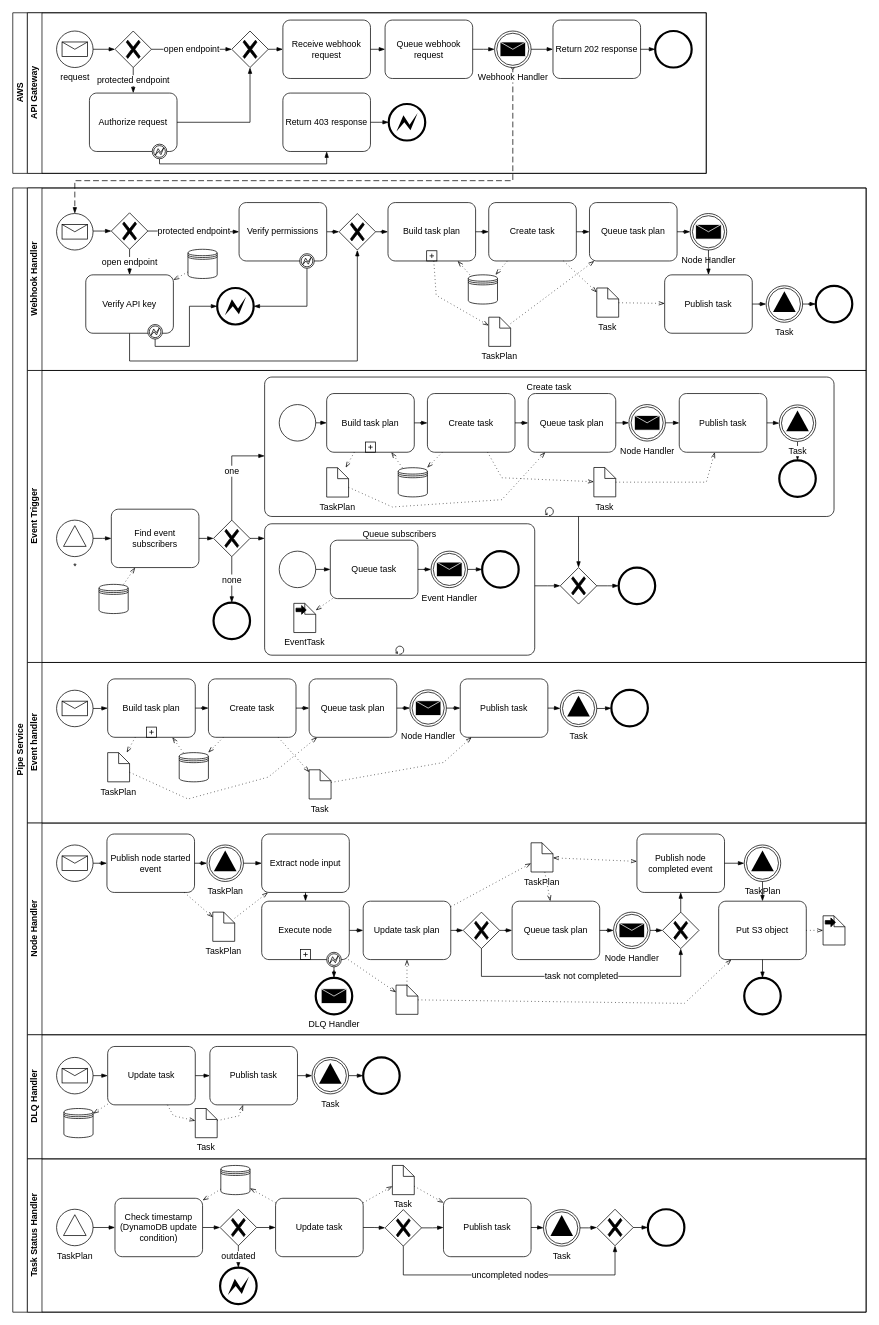
This is services/pipe/Task.drawio from AciesDK/core-diagrams, a draw.io file, before an edit. Source tidied: cells renumbered, new cells numbered last; positions are measured from the earlier drawing's top-left corner, leaving out a move shared by most shapes. Both pictures are drawn from the tidied source at 73%, with x=0, y=0 at pixel (12, 12).
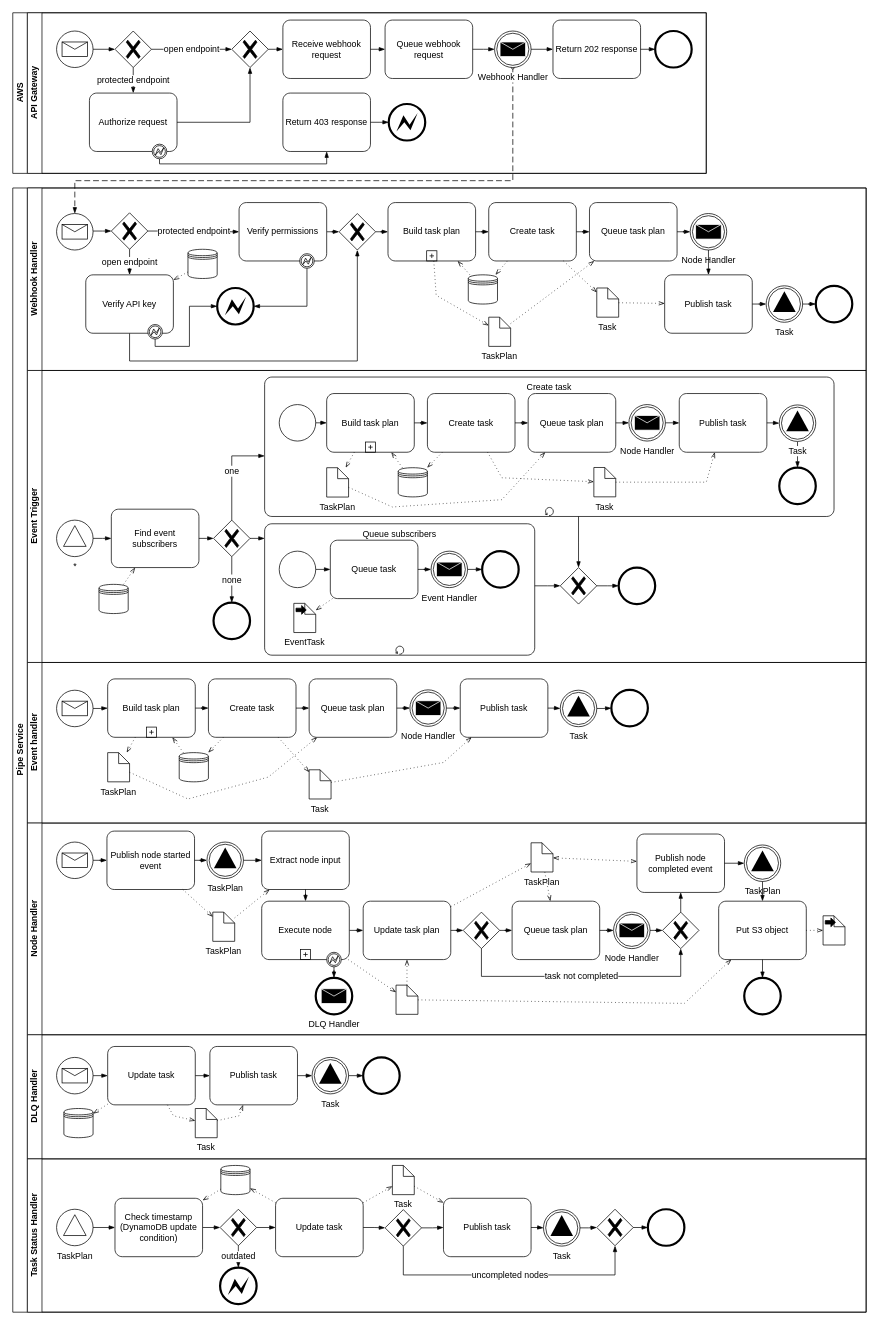
Above is the later version.

Unchanged cells that the change refers to:
```xml
<mxCell id="70" value="Create t" style="group;" parent="46" vertex="1">
  <mxGeometry x="325" y="9" width="780" height="191" as="geometry" />
</mxCell>
<mxCell id="125" value="Node Handler" style="swimlane;html=1;startSize=20;horizontal=0;" parent="2" vertex="1">
  <mxGeometry x="20" y="870" width="1149" height="290" as="geometry" />
</mxCell>
<mxCell id="215" value="API Gateway" style="swimlane;html=1;startSize=20;horizontal=0;" parent="214" vertex="1">
  <mxGeometry x="20" width="930" height="220" as="geometry" />
</mxCell>
```

Change to the diagram source:
```diff
@@
     <mxCell id="73" style="points=[[0.145,0.145,0],[0.5,0,0],[0.855,0.145,0],[1,0.5,0],[0.855,0.855,0],[0.5,1,0],[0.145,0.855,0],[0,0.5,0]];shape=mxgraph.bpmn.event;html=1;verticalLabelPosition=bottom;labelBackgroundColor=#ffffff;verticalAlign=top;align=center;perimeter=ellipsePerimeter;outlineConnect=0;outline=end;symbol=terminate2;" parent="70" vertex="1">
-      <mxGeometry x="705" y="114.1" width="50" height="50" as="geometry" />
+      <mxGeometry x="705" y="124.1" width="50" height="50" as="geometry" />
     </mxCell>
@@
     <mxCell id="126" style="points=[[0.145,0.145,0],[0.5,0,0],[0.855,0.145,0],[1,0.5,0],[0.855,0.855,0],[0.5,1,0],[0.145,0.855,0],[0,0.5,0]];shape=mxgraph.bpmn.event;html=1;verticalLabelPosition=bottom;labelBackgroundColor=#ffffff;verticalAlign=top;align=center;perimeter=ellipsePerimeter;outlineConnect=0;outline=standard;symbol=message;" parent="125" vertex="1">
-      <mxGeometry x="40" y="30" width="50" height="50" as="geometry" />
+      <mxGeometry x="40" y="26" width="50" height="50" as="geometry" />
     </mxCell>
     <mxCell id="127" value="Publish node started event" style="points=[[0.25,0,0],[0.5,0,0],[0.75,0,0],[1,0.25,0],[1,0.5,0],[1,0.75,0],[0.75,1,0],[0.5,1,0],[0.25,1,0],[0,0.75,0],[0,0.5,0],[0,0.25,0]];shape=mxgraph.bpmn.task;whiteSpace=wrap;rectStyle=rounded;size=10;taskMarker=abstract;" parent="125" vertex="1">
-      <mxGeometry x="109" y="15" width="120" height="80" as="geometry" />
+      <mxGeometry x="109" y="11" width="120" height="80" as="geometry" />
     </mxCell>
@@
     <mxCell id="129" value="TaskPlan" style="points=[[0.145,0.145,0],[0.5,0,0],[0.855,0.145,0],[1,0.5,0],[0.855,0.855,0],[0.5,1,0],[0.145,0.855,0],[0,0.5,0]];shape=mxgraph.bpmn.event;html=1;verticalLabelPosition=bottom;labelBackgroundColor=#ffffff;verticalAlign=top;align=center;perimeter=ellipsePerimeter;outlineConnect=0;outline=throwing;symbol=signal;fontFamily=Helvetica;fontSize=12;fontColor=default;strokeColor=default;fillColor=default;" parent="125" vertex="1">
-      <mxGeometry x="246" y="30" width="50" height="50" as="geometry" />
+      <mxGeometry x="246" y="26" width="50" height="50" as="geometry" />
     </mxCell>
@@
     <mxCell id="133" value="Extract node input" style="points=[[0.25,0,0],[0.5,0,0],[0.75,0,0],[1,0.25,0],[1,0.5,0],[1,0.75,0],[0.75,1,0],[0.5,1,0],[0.25,1,0],[0,0.75,0],[0,0.5,0],[0,0.25,0]];shape=mxgraph.bpmn.task;whiteSpace=wrap;rectStyle=rounded;size=10;taskMarker=abstract;" parent="125" vertex="1">
-      <mxGeometry x="321" y="15" width="120" height="80" as="geometry" />
+      <mxGeometry x="321" y="11" width="120" height="80" as="geometry" />
     </mxCell>
@@
-    <mxCell id="216" value="request" style="points=[[0.145,0.145,0],[0.5,0,0],[0.855,0.145,0],[1,0.5,0],[0.855,0.855,0],[0.5,1,0],[0.145,0.855,0],[0,0.5,0]];shape=mxgraph.bpmn.event;html=1;verticalLabelPosition=bottom;labelBackgroundColor=#ffffff;verticalAlign=top;align=center;perimeter=ellipsePerimeter;outlineConnect=0;outline=standard;symbol=message;" parent="215" vertex="1">
+    <mxCell id="216" style="points=[[0.145,0.145,0],[0.5,0,0],[0.855,0.145,0],[1,0.5,0],[0.855,0.855,0],[0.5,1,0],[0.145,0.855,0],[0,0.5,0]];shape=mxgraph.bpmn.event;html=1;verticalLabelPosition=bottom;labelBackgroundColor=#ffffff;verticalAlign=top;align=center;perimeter=ellipsePerimeter;outlineConnect=0;outline=standard;symbol=message;" parent="215" vertex="1">
       <mxGeometry x="40" y="25" width="50" height="50" as="geometry" />
     </mxCell>
```
